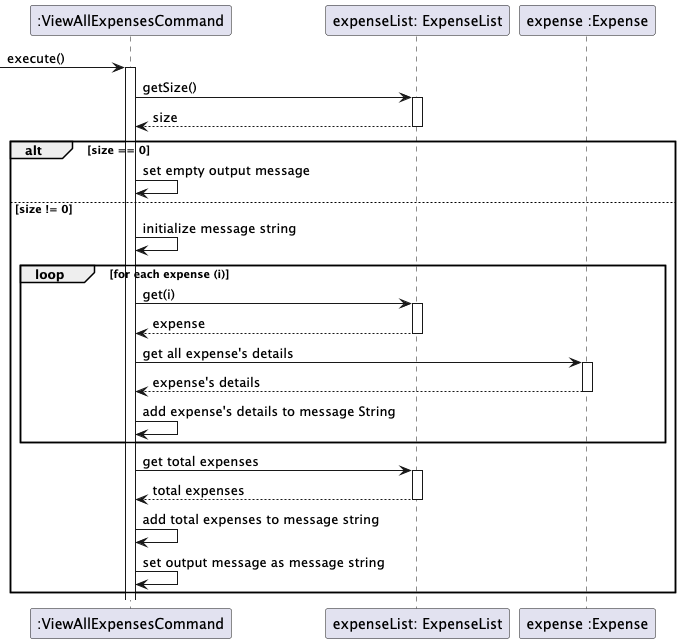
Earlier version of the PlantUML export docs/images/ViewAllExpenses.png (thienkimtranhoang/tp). Source of this version:
```plantuml
@startuml

participant ":ViewAllExpensesCommand" as Command
participant "expenseList: ExpenseList" as expenseList
participant "expense :Expense" as expense
-> Command ++:execute()
Command -> expenseList ++: getSize()
Command <-- expenseList --: size
alt size == 0
    Command -> Command: set empty output message
else size != 0
    Command -> Command: initialize message string
    loop for each expense (i)
        Command -> expenseList ++: get(i)
        Command <-- expenseList --: expense
        Command -> expense ++: get all expense's details
        Command <-- expense --: expense's details
        Command -> Command: add expense's details to message String
    end
    Command -> expenseList ++: get total expenses
    Command <-- expenseList --: total expenses
    Command -> Command: add total expenses to message string
    Command -> Command: set output message as message string
end

@enduml
```
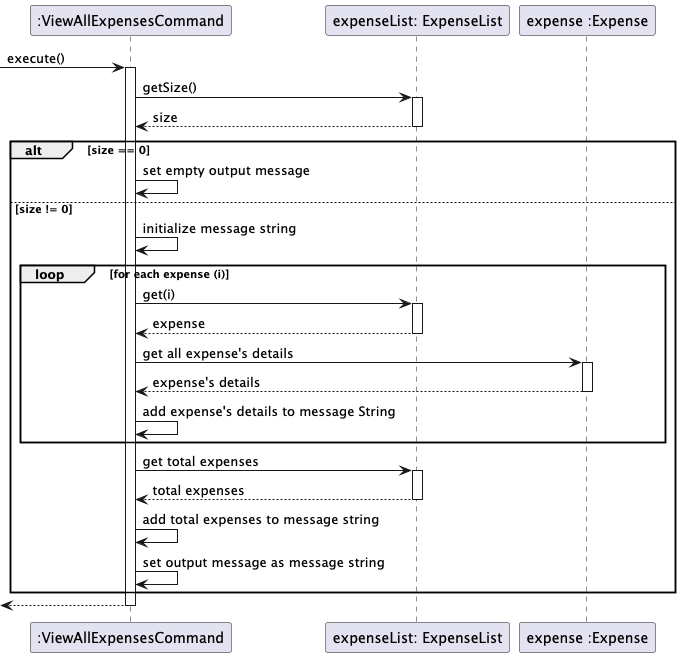
Above is the later version.

Diff of the diagram source:
```diff
@@ -22,5 +22,5 @@
     Command -> Command: add total expenses to message string
     Command -> Command: set output message as message string
 end
-
+<-- Command --:
 @enduml
```
